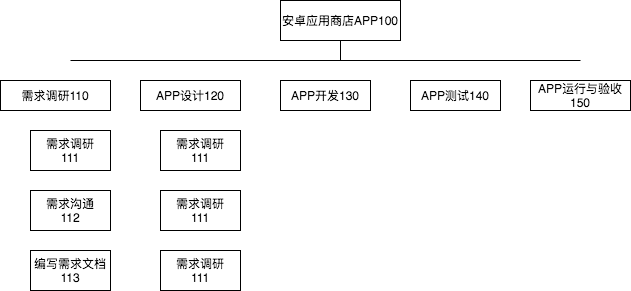
The draw.io diagram 未知.png in caimuxi/php_tools, before a commit. Source tidied: cells renumbered, new cells last; positions are measured from the earlier drawing's top-left corner, leaving out a move shared by most shapes.
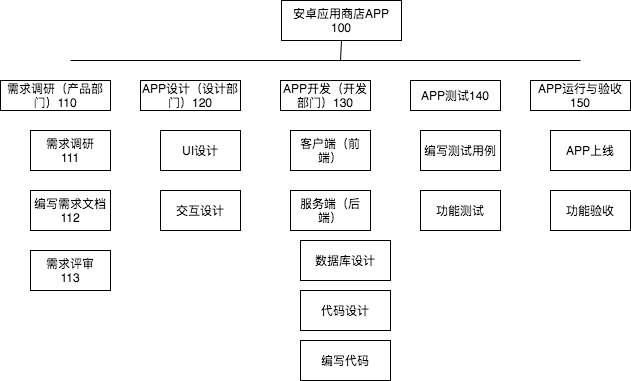
The same diagram one commit later.

Diff of the diagram source:
```diff
@@ -2,15 +2,15 @@
   <root>
     <mxCell id="0" />
     <mxCell id="1" parent="0" />
-    <mxCell id="2" value="安卓应用商店APP100" style="rounded=0;whiteSpace=wrap;html=1;" parent="1" vertex="1">
-      <mxGeometry x="280" width="120" height="40" as="geometry" />
+    <mxCell id="2" value="安卓应用商店APP&lt;br&gt;100" style="rounded=0;whiteSpace=wrap;html=1;" parent="1" vertex="1">
+      <mxGeometry x="281" width="120" height="40" as="geometry" />
     </mxCell>
     <mxCell id="3" style="endArrow=none;html=1;entryX=0.5;entryY=1;entryDx=0;entryDy=0;" parent="1" edge="1" target="2">
       <mxGeometry relative="1" as="geometry">
         <mxPoint x="340" y="60" as="sourcePoint" />
       </mxGeometry>
     </mxCell>
-    <mxCell id="4" value="APP设计120" style="rounded=0;whiteSpace=wrap;html=1;" parent="1" vertex="1">
+    <mxCell id="4" value="APP设计（设计部门）120" style="rounded=0;whiteSpace=wrap;html=1;" parent="1" vertex="1">
       <mxGeometry x="140" y="80" width="100" height="30" as="geometry" />
     </mxCell>
     <mxCell id="5" style="endArrow=none;html=1;" parent="1" edge="1">
@@ -19,10 +19,10 @@
         <mxPoint x="580" y="60" as="targetPoint" />
       </mxGeometry>
     </mxCell>
-    <mxCell id="6" value="需求调研110&lt;br&gt;" style="rounded=0;whiteSpace=wrap;html=1;" parent="1" vertex="1">
+    <mxCell id="6" value="需求调研（产品部门）110" style="rounded=0;whiteSpace=wrap;html=1;" parent="1" vertex="1">
       <mxGeometry y="80" width="110" height="30" as="geometry" />
     </mxCell>
-    <mxCell id="7" value="APP开发130" style="rounded=0;whiteSpace=wrap;html=1;" parent="1" vertex="1">
+    <mxCell id="7" value="APP开发（开发部门）130" style="rounded=0;whiteSpace=wrap;html=1;" parent="1" vertex="1">
       <mxGeometry x="280" y="80" width="90" height="30" as="geometry" />
     </mxCell>
     <mxCell id="8" value="APP测试140" style="rounded=0;whiteSpace=wrap;html=1;" parent="1" vertex="1">
@@ -34,20 +34,44 @@
     <mxCell id="10" value="需求调研&lt;br&gt;111" style="rounded=0;whiteSpace=wrap;html=1;" parent="1" vertex="1">
       <mxGeometry x="30" y="130" width="80" height="40" as="geometry" />
     </mxCell>
-    <mxCell id="11" value="需求沟通&lt;br&gt;112" style="rounded=0;whiteSpace=wrap;html=1;" parent="1" vertex="1">
+    <mxCell id="11" value="编写需求文档&lt;br&gt;112" style="rounded=0;whiteSpace=wrap;html=1;" parent="1" vertex="1">
       <mxGeometry x="30" y="190" width="80" height="40" as="geometry" />
     </mxCell>
-    <mxCell id="12" value="编写需求文档&lt;br&gt;113" style="rounded=0;whiteSpace=wrap;html=1;" parent="1" vertex="1">
+    <mxCell id="12" value="需求评审&lt;br&gt;113" style="rounded=0;whiteSpace=wrap;html=1;" parent="1" vertex="1">
       <mxGeometry x="30" y="250" width="80" height="40" as="geometry" />
     </mxCell>
-    <mxCell id="13" value="需求调研&lt;br&gt;111" style="rounded=0;whiteSpace=wrap;html=1;" parent="1" vertex="1">
+    <mxCell id="13" value="UI设计" style="rounded=0;whiteSpace=wrap;html=1;" parent="1" vertex="1">
       <mxGeometry x="160" y="130" width="80" height="40" as="geometry" />
     </mxCell>
-    <mxCell id="14" value="需求调研&lt;br&gt;111" style="rounded=0;whiteSpace=wrap;html=1;" parent="1" vertex="1">
+    <mxCell id="14" value="交互设计" style="rounded=0;whiteSpace=wrap;html=1;" parent="1" vertex="1">
       <mxGeometry x="160" y="190" width="80" height="40" as="geometry" />
     </mxCell>
-    <mxCell id="15" value="需求调研&lt;br&gt;111" style="rounded=0;whiteSpace=wrap;html=1;" parent="1" vertex="1">
-      <mxGeometry x="160" y="250" width="80" height="40" as="geometry" />
-    </mxCell>
+    <mxCell id="16" value="客户端（前端）" style="rounded=0;whiteSpace=wrap;html=1;" parent="1" vertex="1">
+      <mxGeometry x="290" y="130" width="80" height="40" as="geometry" />
+    </mxCell>
+    <mxCell id="17" value="服务端（后端）" style="rounded=0;whiteSpace=wrap;html=1;" parent="1" vertex="1">
+      <mxGeometry x="290" y="190" width="80" height="40" as="geometry" />
+    </mxCell>
+    <mxCell id="18" value="数据库设计" style="rounded=0;whiteSpace=wrap;html=1;" parent="1" vertex="1">
+      <mxGeometry x="300" y="240" width="90" height="40" as="geometry" />
+    </mxCell>
+    <mxCell id="19" value="代码设计" style="rounded=0;whiteSpace=wrap;html=1;" parent="1" vertex="1">
+      <mxGeometry x="300" y="290" width="90" height="40" as="geometry" />
+    </mxCell>
+    <mxCell id="20" value="编写代码" style="rounded=0;whiteSpace=wrap;html=1;" parent="1" vertex="1">
+      <mxGeometry x="300" y="340" width="90" height="40" as="geometry" />
+    </mxCell>
+    <mxCell id="21" value="编写测试用例" style="rounded=0;whiteSpace=wrap;html=1;" parent="1" vertex="1">
+      <mxGeometry x="420" y="130" width="80" height="40" as="geometry" />
+    </mxCell>
+    <mxCell id="22" value="功能测试" style="rounded=0;whiteSpace=wrap;html=1;" parent="1" vertex="1">
+      <mxGeometry x="420" y="190" width="80" height="40" as="geometry" />
+    </mxCell>
+    <mxCell id="23" value="APP上线" style="rounded=0;whiteSpace=wrap;html=1;" parent="1" vertex="1">
+      <mxGeometry x="550" y="130" width="80" height="40" as="geometry" />
+    </mxCell>
+    <mxCell id="24" value="功能验收" style="rounded=0;whiteSpace=wrap;html=1;" parent="1" vertex="1">
+      <mxGeometry x="550" y="190" width="80" height="40" as="geometry" />
+    </mxCell>
   </root>
 </mxGraphModel>
```
